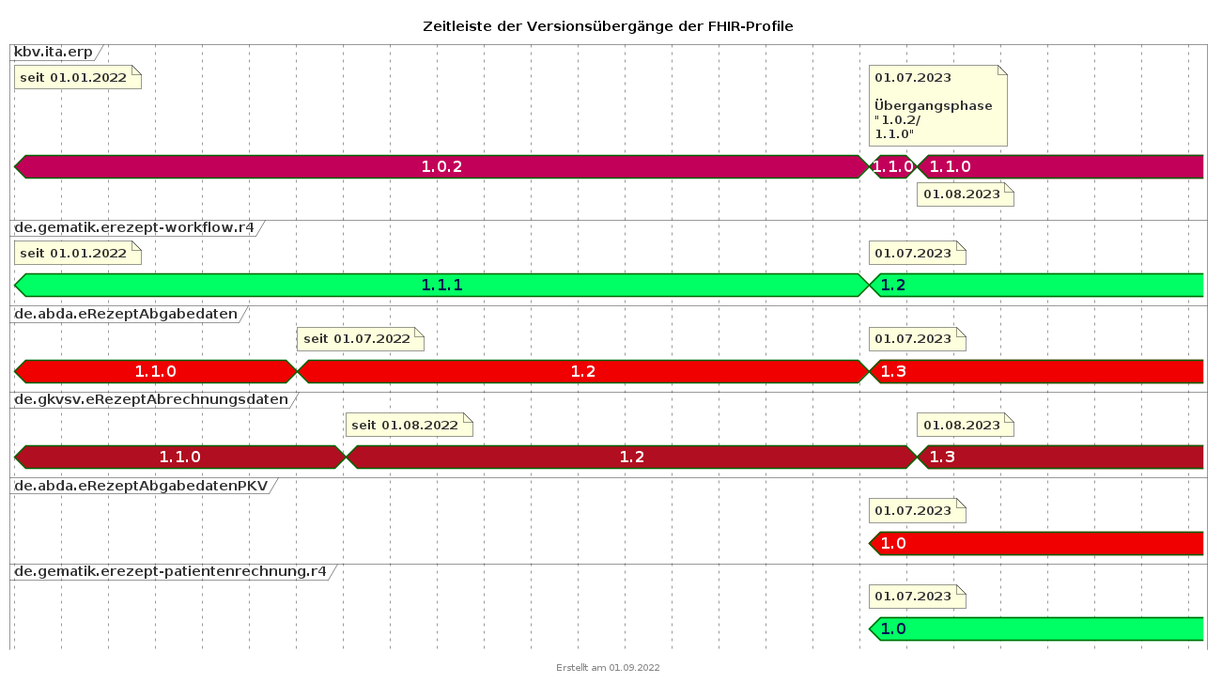
Before: images/fhir_version_timeline.png, a diagram exported from PlantUML (gematik/api-erp).
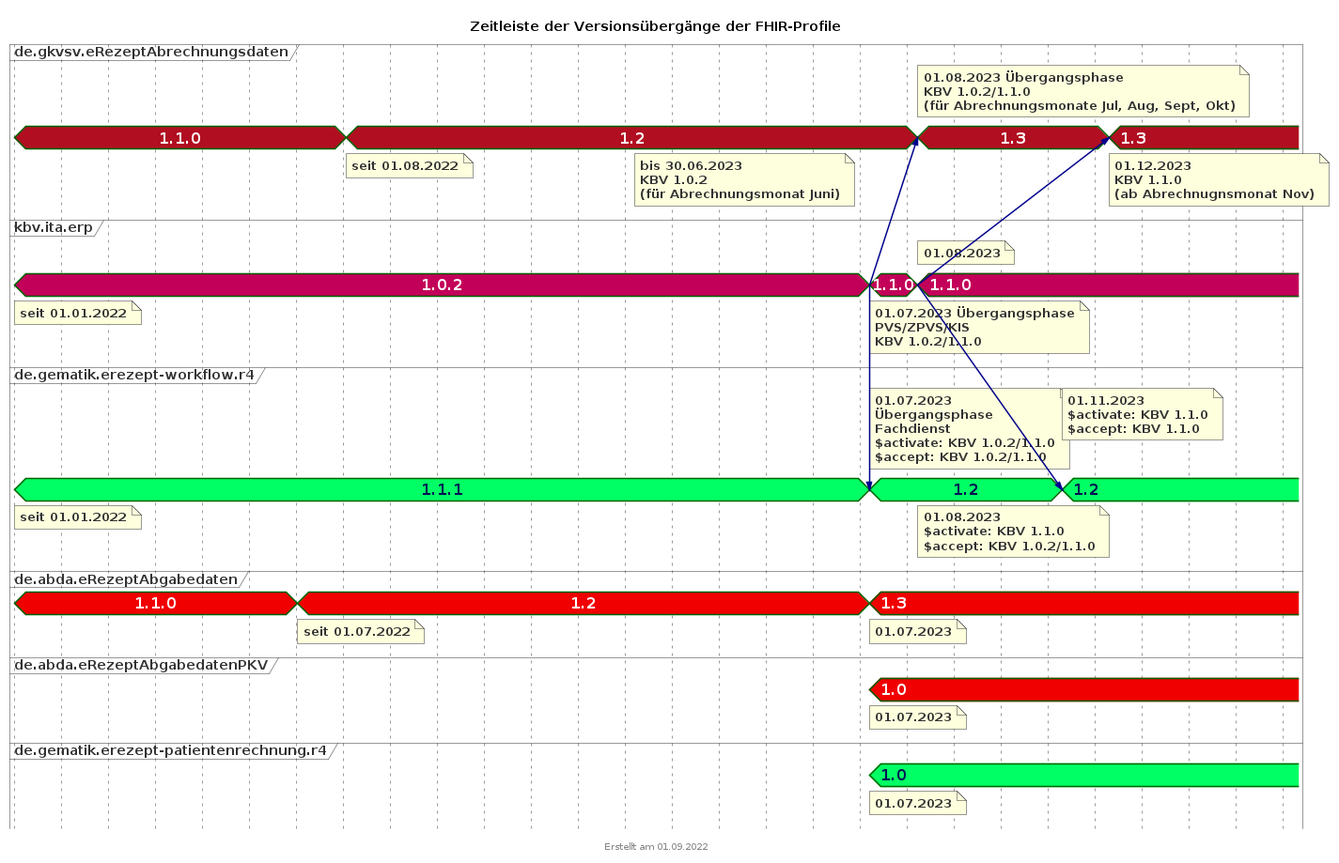
The same diagram one commit later.

Change to the diagram source:
```diff
@@ -30,59 +30,79 @@
 title Zeitleiste der Versionsübergänge der FHIR-Profile
 footer Erstellt am 01.09.2022
 
+concise "de.gkvsv.eRezeptAbrechnungsdaten" as GKV <<gkvcolor>>
 concise "kbv.ita.erp" as KBV <<kbvcolor>>
 concise "de.gematik.erezept-workflow.r4" as gematik <<gematikcolor>>
 concise "de.abda.eRezeptAbgabedaten" as DAV <<davcolor>>
-concise "de.gkvsv.eRezeptAbrechnungsdaten" as GKV <<gkvcolor>>
 concise "de.abda.eRezeptAbgabedatenPKV" as PKV <<davcolor>>
 concise "de.gematik.erezept-patientenrechnung.r4" as gematikpkv <<gematikcolor>>
+
 
 scale 2592000 as 50 pixels
 hide time-axis
 
 @2022/01/01
-note top of KBV : seit 01.01.2022
+note bottom of KBV : seit 01.01.2022
 KBV is 1.0.2
-note top of gematik : seit 01.01.2022
+note bottom of gematik : seit 01.01.2022
 gematik is 1.1.1
 DAV is 1.1.0
 GKV is 1.1.0
 
 @2022/07/01
-note top of DAV : seit 01.07.2022
+note bottom of DAV : seit 01.07.2022
 DAV is 1.2
 
+
 @2022/08/01
-note top of GKV : seit 01.08.2022
+note bottom of GKV : seit 01.08.2022
 GKV is 1.2
 
-@2023/06/01
+@2023/02/01
+note bottom of GKV : bis 30.06.2023\nKBV 1.0.2\n(für Abrechnungsmonat Juni)
 
 @2023/06/15
 
 @2023/07/01
-note top of KBV : 01.07.2023\n\nÜbergangsphase\n"1.0.2/\n1.1.0"
+note bottom of KBV : 01.07.2023 Übergangsphase\nPVS/ZPVS/KIS \nKBV 1.0.2/1.1.0
+note bottom of PKV : 01.07.2023
+note top of gematik : 01.07.2023\nÜbergangsphase\nFachdienst\n$activate: KBV 1.0.2/1.1.0\n$accept: KBV 1.0.2/1.1.0
+note bottom of gematikpkv : 01.07.2023
+note bottom of DAV : 01.07.2023
 KBV is 1.1.0
-note top of gematik : 01.07.2023
+KBV -> gematik@2023/07/01
+KBV -> GKV@2023/08/01
 gematik is 1.2
-note top of gematikpkv : 01.07.2023
 gematikpkv is 1.0
-note top of DAV : 01.07.2023
 DAV is 1.3
-note top of PKV : 01.07.2023
 PKV is 1.0
 
 @2023/08/01
-note bottom of KBV : 01.08.2023
+KBV -> gematik@2023/11/01
+KBV -> GKV@2023/12/01
+note top of KBV : 01.08.2023
+note bottom of gematik : 01.08.2023\n$activate: KBV 1.1.0\n$accept: KBV 1.0.2/1.1.0
+note top of GKV : 01.08.2023 Übergangsphase\nKBV 1.0.2/1.1.0\n(für Abrechnungsmonate Jul, Aug, Sept, Okt)
 KBV is 1.1.0
-note top of GKV : 01.08.2023
 GKV is 1.3
+
 
 @2023/09/01
 
+
 @2023/10/01
 
-@2023/12/31
+
+@2023/11/01
+note top of gematik : 01.11.2023\n$activate: KBV 1.1.0\n$accept: KBV 1.1.0
+gematik is 1.2
+
+@2023/12/01
+note bottom of GKV : 01.12.2023\nKBV 1.1.0\n(ab Abrechnugnsmonat Nov)
+GKV is 1.3
 
 
+
+@2024/03/01
+
 @enduml
```
